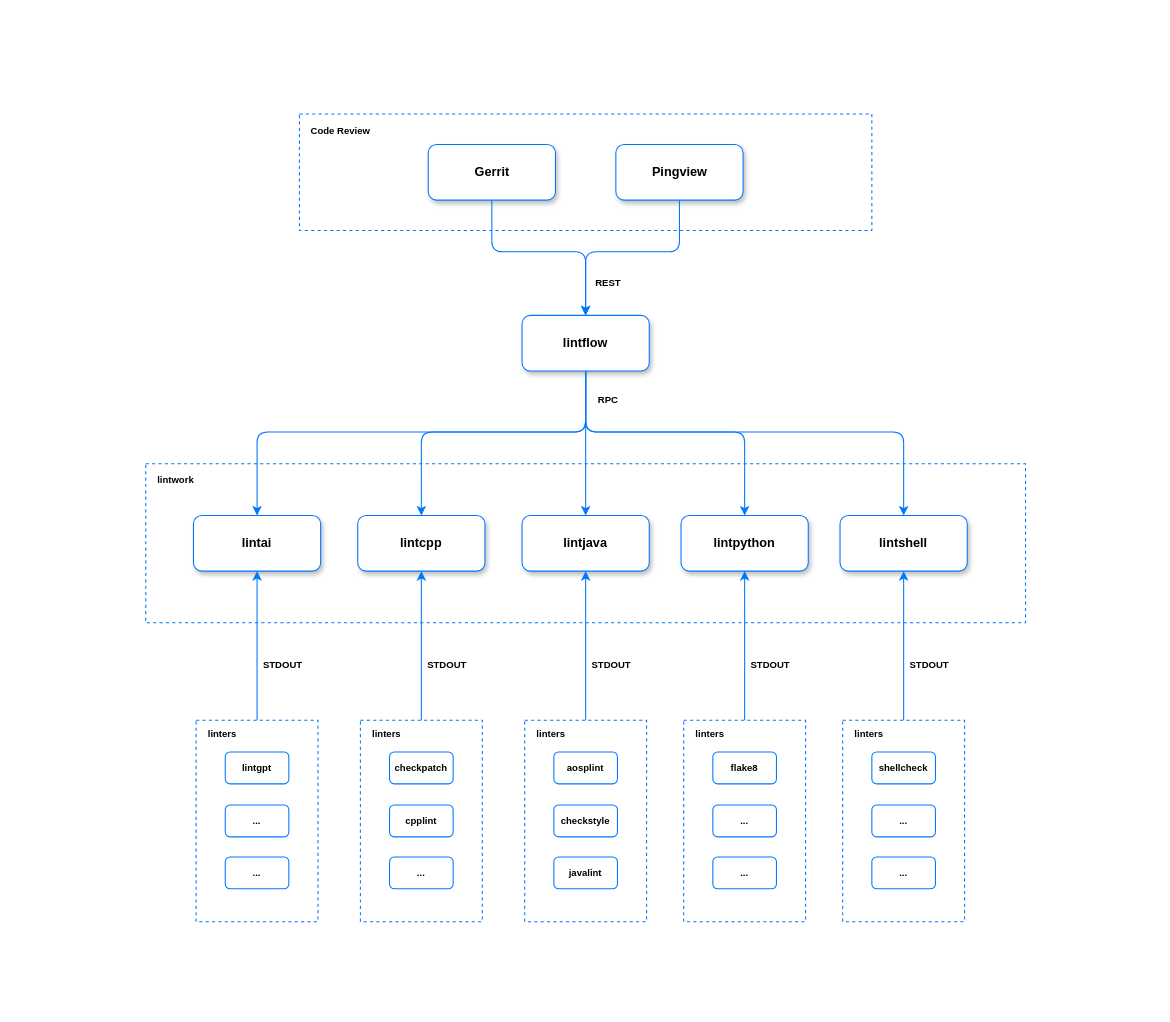
The draw.io diagram arch.drawio in devops-lintflow/.github, before the edit. Source tidied: cells renumbered, new cells numbered last; positions are measured from the earlier drawing's top-left corner, leaving out a move shared by most shapes. Both pictures are drawn from the tidied source at 106%, with x=0, y=0 at pixel (18, 18).
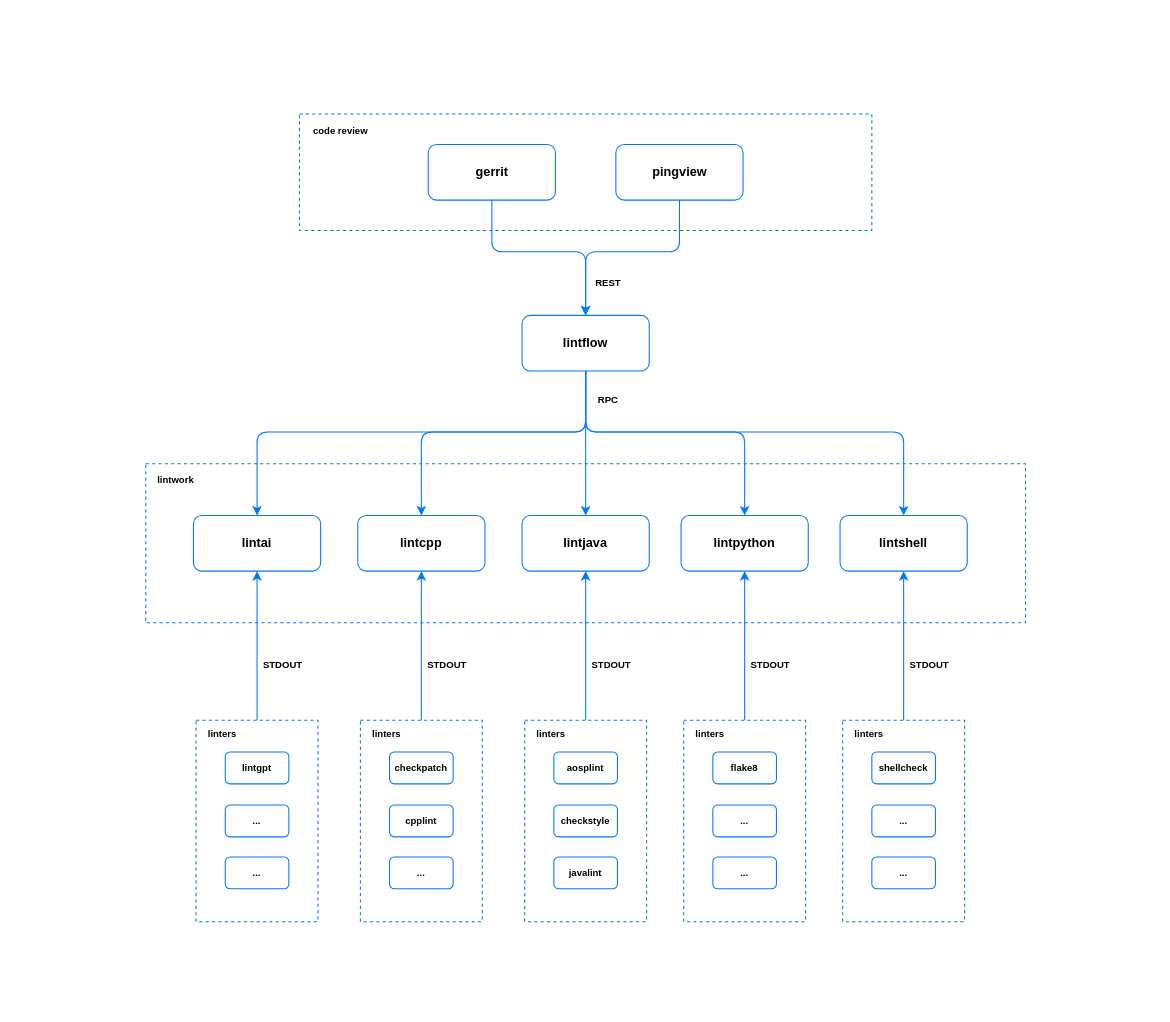
The same page after the edit.

The edit, as a diff of the source:
```diff
@@
-    <mxCell id="4" value="&lt;span&gt;Gerrit&lt;/span&gt;" style="rounded=1;whiteSpace=wrap;html=1;shadow=1;strokeColor=#0077FF;fontStyle=1;" parent="1" vertex="1">
+    <mxCell id="4" value="&lt;span&gt;gerrit&lt;/span&gt;" style="rounded=1;whiteSpace=wrap;html=1;shadow=0;strokeColor=#0077FF;fontStyle=1;" parent="1" vertex="1">
       <mxGeometry x="386.5" y="118.8" width="120" height="52.5" as="geometry" />
     </mxCell>
-    <mxCell id="5" value="Code Review" style="text;html=1;strokeColor=none;fillColor=none;align=center;verticalAlign=middle;whiteSpace=wrap;rounded=0;shadow=0;fontStyle=1;fontSize=9;" parent="1" vertex="1">
+    <mxCell id="5" value="code review" style="text;html=1;strokeColor=none;fillColor=none;align=center;verticalAlign=middle;whiteSpace=wrap;rounded=0;shadow=0;fontStyle=1;fontSize=9;" parent="1" vertex="1">
       <mxGeometry x="269" y="96" width="70" height="20" as="geometry" />
     </mxCell>
-    <mxCell id="6" value="&lt;span&gt;Pingview&lt;/span&gt;" style="rounded=1;whiteSpace=wrap;html=1;shadow=1;strokeColor=#0077FF;fontStyle=1;" parent="1" vertex="1">
+    <mxCell id="6" value="&lt;span&gt;pingview&lt;/span&gt;" style="rounded=1;whiteSpace=wrap;html=1;shadow=0;strokeColor=#0077FF;fontStyle=1;" parent="1" vertex="1">
       <mxGeometry x="563.5" y="118.8" width="120" height="52.5" as="geometry" />
     </mxCell>
-    <mxCell id="7" value="&lt;span&gt;lintflow&lt;br&gt;&lt;/span&gt;" style="rounded=1;whiteSpace=wrap;html=1;shadow=1;strokeColor=#0077FF;fontStyle=1;" parent="1" vertex="1">
+    <mxCell id="7" value="&lt;span&gt;lintflow&lt;br&gt;&lt;/span&gt;" style="rounded=1;whiteSpace=wrap;html=1;shadow=0;strokeColor=#0077FF;fontStyle=1;" parent="1" vertex="1">
       <mxGeometry x="475" y="280" width="120" height="52.5" as="geometry" />
     </mxCell>
@@
-    <mxCell id="12" value="&lt;span&gt;lintai&lt;br&gt;&lt;/span&gt;" style="rounded=1;whiteSpace=wrap;html=1;shadow=1;strokeColor=#0077FF;fontStyle=1;" parent="1" vertex="1">
+    <mxCell id="12" value="&lt;span&gt;lintai&lt;br&gt;&lt;/span&gt;" style="rounded=1;whiteSpace=wrap;html=1;shadow=0;strokeColor=#0077FF;fontStyle=1;" parent="1" vertex="1">
       <mxGeometry x="165" y="468.8" width="120" height="52.5" as="geometry" />
     </mxCell>
-    <mxCell id="13" value="&lt;span&gt;lintcpp&lt;br&gt;&lt;/span&gt;" style="rounded=1;whiteSpace=wrap;html=1;shadow=1;strokeColor=#0077FF;fontStyle=1;" parent="1" vertex="1">
+    <mxCell id="13" value="&lt;span&gt;lintcpp&lt;br&gt;&lt;/span&gt;" style="rounded=1;whiteSpace=wrap;html=1;shadow=0;strokeColor=#0077FF;fontStyle=1;" parent="1" vertex="1">
       <mxGeometry x="320" y="468.8" width="120" height="52.5" as="geometry" />
     </mxCell>
-    <mxCell id="14" value="&lt;span&gt;lintjava&lt;br&gt;&lt;/span&gt;" style="rounded=1;whiteSpace=wrap;html=1;shadow=1;strokeColor=#0077FF;fontStyle=1;" parent="1" vertex="1">
+    <mxCell id="14" value="&lt;span&gt;lintjava&lt;br&gt;&lt;/span&gt;" style="rounded=1;whiteSpace=wrap;html=1;shadow=0;strokeColor=#0077FF;fontStyle=1;" parent="1" vertex="1">
       <mxGeometry x="475" y="468.8" width="120" height="52.5" as="geometry" />
     </mxCell>
-    <mxCell id="15" value="&lt;span&gt;lintpython&lt;br&gt;&lt;/span&gt;" style="rounded=1;whiteSpace=wrap;html=1;shadow=1;strokeColor=#0077FF;fontStyle=1;" parent="1" vertex="1">
+    <mxCell id="15" value="&lt;span&gt;lintpython&lt;br&gt;&lt;/span&gt;" style="rounded=1;whiteSpace=wrap;html=1;shadow=0;strokeColor=#0077FF;fontStyle=1;" parent="1" vertex="1">
       <mxGeometry x="625" y="468.8" width="120" height="52.5" as="geometry" />
     </mxCell>
-    <mxCell id="16" value="&lt;span&gt;lintshell&lt;br&gt;&lt;/span&gt;" style="rounded=1;whiteSpace=wrap;html=1;shadow=1;strokeColor=#0077FF;fontStyle=1;" parent="1" vertex="1">
+    <mxCell id="16" value="&lt;span&gt;lintshell&lt;br&gt;&lt;/span&gt;" style="rounded=1;whiteSpace=wrap;html=1;shadow=0;strokeColor=#0077FF;fontStyle=1;" parent="1" vertex="1">
       <mxGeometry x="775" y="468.8" width="120" height="52.5" as="geometry" />
     </mxCell>
```
